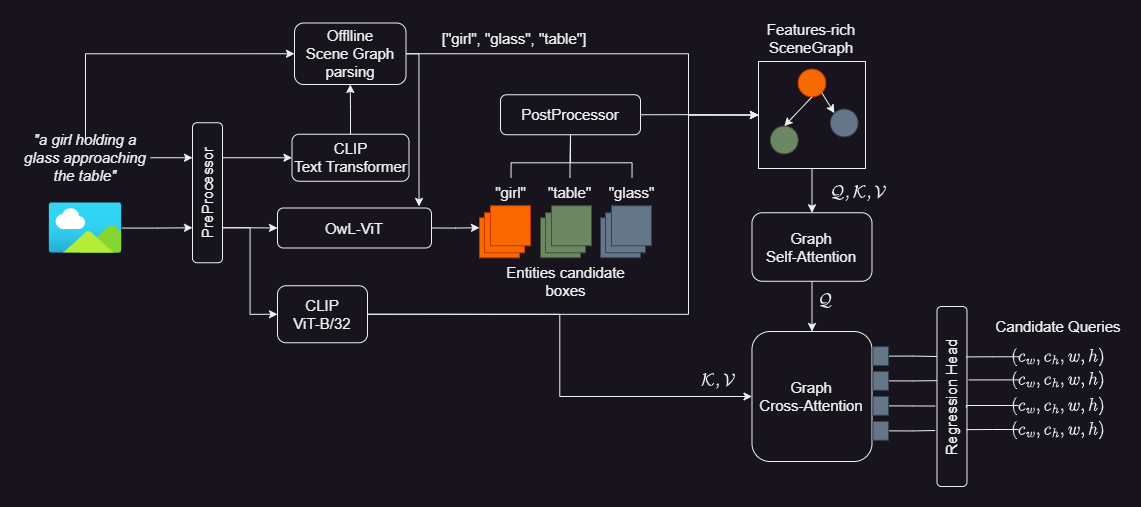
The draw.io diagram docs/img/sgg.png in halixness/visgator, before a commit. Source tidied: cells renumbered, new cells last; positions are measured from the earlier drawing's top-left corner, leaving out a move shared by most shapes.
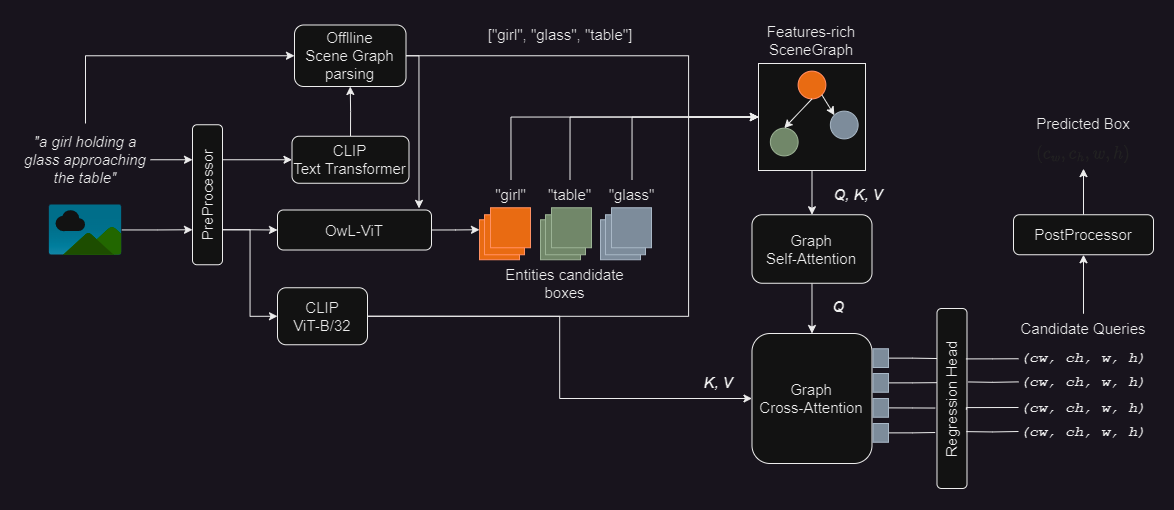
Later version of the same file.

The edit, as a diff of the source:
```diff
@@ -8,8 +8,13 @@
     <mxCell id="3" style="whiteSpace=wrap;html=1;fontSize=15;" parent="1" vertex="1">
       <mxGeometry x="738" y="38" width="107" height="107" as="geometry" />
     </mxCell>
-    <mxCell id="4" style="edgeStyle=orthogonalEdgeStyle;rounded=0;jettySize=auto;html=1;exitX=0.5;exitY=0;exitDx=0;exitDy=0;entryX=0;entryY=0.5;entryDx=0;entryDy=0;fontSize=15;" parent="1" edge="1" source="6" target="9">
-      <mxGeometry relative="1" as="geometry" />
+    <mxCell id="4" style="edgeStyle=orthogonalEdgeStyle;rounded=0;jettySize=auto;html=1;entryX=0;entryY=0.5;entryDx=0;entryDy=0;fontSize=15;" parent="1" edge="1" target="9">
+      <mxGeometry relative="1" as="geometry">
+        <mxPoint x="65" y="98" as="sourcePoint" />
+        <Array as="points">
+          <mxPoint x="65" y="30" />
+        </Array>
+      </mxGeometry>
     </mxCell>
     <mxCell id="5" style="edgeStyle=orthogonalEdgeStyle;rounded=0;jettySize=auto;html=1;exitX=1;exitY=0.5;exitDx=0;exitDy=0;entryX=0.75;entryY=0;entryDx=0;entryDy=0;fontSize=15;" parent="1" edge="1" source="6" target="36">
       <mxGeometry relative="1" as="geometry" />
@@ -48,25 +53,20 @@
       <mxGeometry x="257" y="184.5" width="154" height="40" as="geometry" />
     </mxCell>
     <mxCell id="14" value="[&quot;girl&quot;, &quot;glass&quot;, &quot;table&quot;]" style="text;html=1;strokeColor=none;fillColor=none;align=center;verticalAlign=middle;whiteSpace=wrap;rounded=0;fontSize=15;" parent="1" vertex="1">
-      <mxGeometry x="400" y="-0.5" width="188" height="30" as="geometry" />
+      <mxGeometry x="446" y="-6" width="188" height="30" as="geometry" />
     </mxCell>
     <mxCell id="15" value="Entities candidate boxes" style="text;html=1;strokeColor=none;fillColor=none;align=center;verticalAlign=middle;whiteSpace=wrap;rounded=0;fontSize=15;" parent="1" vertex="1">
       <mxGeometry x="471.5" y="242.8" width="147" height="30" as="geometry" />
     </mxCell>
-    <mxCell id="16" style="edgeStyle=orthogonalEdgeStyle;rounded=0;jettySize=auto;html=1;exitX=0.5;exitY=0;exitDx=0;exitDy=0;entryX=0.5;entryY=1;entryDx=0;entryDy=0;endArrow=none;endFill=0;fontSize=15;" parent="1" edge="1" source="17" target="30">
-      <mxGeometry relative="1" as="geometry">
-        <Array as="points">
-          <mxPoint x="612" y="139.2" />
-          <mxPoint x="550" y="139.2" />
-        </Array>
-      </mxGeometry>
-    </mxCell>
+    <mxCell id="72" style="edgeStyle=orthogonalEdgeStyle;rounded=0;jettySize=auto;html=1;exitX=0.5;exitY=0;exitDx=0;exitDy=0;entryX=0;entryY=0.5;entryDx=0;entryDy=0;" parent="1" edge="1" source="17" target="3">
+      <mxGeometry relative="1" as="geometry" />
+    </mxCell>
     <mxCell id="17" value="&quot;glass&quot;" style="text;html=1;strokeColor=none;fillColor=none;align=center;verticalAlign=middle;whiteSpace=wrap;rounded=0;fontSize=15;" parent="1" vertex="1">
       <mxGeometry x="592" y="154.2" width="39" height="30" as="geometry" />
     </mxCell>
-    <mxCell id="18" style="edgeStyle=orthogonalEdgeStyle;rounded=0;jettySize=auto;html=1;exitX=0.5;exitY=0;exitDx=0;exitDy=0;entryX=0.5;entryY=1;entryDx=0;entryDy=0;endArrow=none;endFill=0;fontSize=15;" parent="1" edge="1" source="19" target="30">
-      <mxGeometry relative="1" as="geometry" />
-    </mxCell>
+    <mxCell id="73" style="edgeStyle=orthogonalEdgeStyle;rounded=0;jettySize=auto;html=1;exitX=0.5;exitY=0;exitDx=0;exitDy=0;entryX=0;entryY=0.5;entryDx=0;entryDy=0;" parent="1" edge="1" source="19" target="3">
+      <mxGeometry relative="1" as="geometry" />
+    </mxCell>
     <mxCell id="19" value="&quot;table&quot;" style="text;html=1;strokeColor=none;fillColor=none;align=center;verticalAlign=middle;whiteSpace=wrap;rounded=0;fontSize=15;" parent="1" vertex="1">
       <mxGeometry x="530" y="154.2" width="39" height="30" as="geometry" />
     </mxCell>
@@ -97,20 +97,9 @@
     <mxCell id="28" style="whiteSpace=wrap;html=1;fillColor=#647687;fontColor=#ffffff;strokeColor=#314354;fontSize=15;" parent="1" vertex="1">
       <mxGeometry x="591" y="182.2" width="40" height="40" as="geometry" />
     </mxCell>
-    <mxCell id="29" style="edgeStyle=orthogonalEdgeStyle;rounded=0;jettySize=auto;html=1;exitX=1;exitY=0.5;exitDx=0;exitDy=0;entryX=0;entryY=0.5;entryDx=0;entryDy=0;fontSize=15;" parent="1" edge="1" source="30" target="3">
-      <mxGeometry relative="1" as="geometry" />
-    </mxCell>
-    <mxCell id="30" value="PostProcessor" style="rounded=1;whiteSpace=wrap;html=1;fontSize=15;" parent="1" vertex="1">
-      <mxGeometry x="480" y="71.2" width="140" height="40" as="geometry" />
-    </mxCell>
-    <mxCell id="31" style="edgeStyle=orthogonalEdgeStyle;rounded=0;jettySize=auto;html=1;exitX=0.5;exitY=0;exitDx=0;exitDy=0;entryX=0.5;entryY=1;entryDx=0;entryDy=0;endArrow=none;endFill=0;fontSize=15;" parent="1" edge="1" source="32" target="30">
-      <mxGeometry relative="1" as="geometry">
-        <Array as="points">
-          <mxPoint x="491" y="139.2" />
-          <mxPoint x="550" y="139.2" />
-        </Array>
-      </mxGeometry>
-    </mxCell>
+    <mxCell id="74" style="edgeStyle=orthogonalEdgeStyle;rounded=0;jettySize=auto;html=1;exitX=0.5;exitY=0;exitDx=0;exitDy=0;entryX=0;entryY=0.5;entryDx=0;entryDy=0;" parent="1" edge="1" source="32" target="3">
+      <mxGeometry relative="1" as="geometry" />
+    </mxCell>
     <mxCell id="32" value="&quot;girl&quot;" style="text;html=1;strokeColor=none;fillColor=none;align=center;verticalAlign=middle;whiteSpace=wrap;rounded=0;fontSize=15;" parent="1" vertex="1">
       <mxGeometry x="471" y="154.2" width="39" height="30" as="geometry" />
     </mxCell>
@@ -173,17 +162,20 @@
     <mxCell id="50" value="Graph &lt;br style=&quot;font-size: 15px;&quot;&gt;Cross-Attention" style="rounded=1;whiteSpace=wrap;html=1;fontSize=15;" parent="1" vertex="1">
       <mxGeometry x="731.5" y="308" width="120" height="130" as="geometry" />
     </mxCell>
-    <mxCell id="51" value="$$\mathcal{Q}$$" style="text;html=1;strokeColor=none;fillColor=none;align=center;verticalAlign=middle;whiteSpace=wrap;rounded=0;fontSize=15;" parent="1" vertex="1">
-      <mxGeometry x="785" y="262.2" width="40" height="30" as="geometry" />
+    <mxCell id="51" value="Q" style="text;html=1;strokeColor=none;fillColor=none;align=center;verticalAlign=middle;whiteSpace=wrap;rounded=0;fontSize=15;fontColor=#000000;fontStyle=3;" parent="1" vertex="1">
+      <mxGeometry x="797.6" y="266.2" width="40" height="30" as="geometry" />
     </mxCell>
-    <mxCell id="52" value="$$\mathcal{K, V}$$" style="text;html=1;strokeColor=none;fillColor=none;align=center;verticalAlign=middle;whiteSpace=wrap;rounded=0;fontSize=15;" parent="1" vertex="1">
+    <mxCell id="52" value="K, V" style="text;html=1;strokeColor=none;fillColor=none;align=center;verticalAlign=middle;whiteSpace=wrap;rounded=0;fontSize=15;fontColor=#000000;fontStyle=3;" parent="1" vertex="1">
       <mxGeometry x="658" y="342" width="80" height="30" as="geometry" />
     </mxCell>
-    <mxCell id="53" value="$$\mathcal{Q, K, V}$$" style="text;html=1;strokeColor=none;fillColor=none;align=center;verticalAlign=middle;whiteSpace=wrap;rounded=0;fontSize=15;" parent="1" vertex="1">
+    <mxCell id="53" value="Q, K, V" style="text;html=1;strokeColor=none;fillColor=none;align=center;verticalAlign=middle;whiteSpace=wrap;rounded=0;fontSize=15;fontColor=#000000;fontStyle=3;" parent="1" vertex="1">
       <mxGeometry x="797.6" y="154.2" width="80" height="30" as="geometry" />
     </mxCell>
+    <mxCell id="75" style="edgeStyle=orthogonalEdgeStyle;rounded=0;jettySize=auto;html=1;exitX=0.5;exitY=0;exitDx=0;exitDy=0;entryX=0.5;entryY=1;entryDx=0;entryDy=0;" parent="1" edge="1" source="54" target="30">
+      <mxGeometry relative="1" as="geometry" />
+    </mxCell>
     <mxCell id="54" value="Candidate&amp;nbsp;Queries" style="text;html=1;strokeColor=none;fillColor=none;align=center;verticalAlign=middle;whiteSpace=wrap;rounded=0;fontSize=15;" parent="1" vertex="1">
-      <mxGeometry x="983" y="288.2" width="110" height="30" as="geometry" />
+      <mxGeometry x="1008" y="288.2" width="110" height="30" as="geometry" />
     </mxCell>
     <mxCell id="55" style="edgeStyle=orthogonalEdgeStyle;rounded=0;jettySize=auto;html=1;exitX=1;exitY=0.5;exitDx=0;exitDy=0;entryX=0.722;entryY=0.023;entryDx=0;entryDy=0;entryPerimeter=0;endArrow=none;endFill=0;fontSize=15;" parent="1" edge="1" source="56" target="63">
       <mxGeometry relative="1" as="geometry" />
@@ -215,30 +207,47 @@
     <mxCell id="64" style="edgeStyle=orthogonalEdgeStyle;rounded=0;jettySize=auto;html=1;exitX=0;exitY=0.5;exitDx=0;exitDy=0;entryX=0.72;entryY=0.965;entryDx=0;entryDy=0;entryPerimeter=0;endArrow=none;endFill=0;fontSize=15;" parent="1" edge="1" source="65" target="63">
       <mxGeometry relative="1" as="geometry" />
     </mxCell>
-    <mxCell id="65" value="$$(c_w, c_h, w, h)$$" style="text;html=1;strokeColor=none;fillColor=none;align=center;verticalAlign=middle;whiteSpace=wrap;rounded=0;fontSize=15;" parent="1" vertex="1">
-      <mxGeometry x="998" y="318.2" width="80" height="30" as="geometry" />
+    <mxCell id="65" value="(cw, ch, w, h)" style="text;html=1;strokeColor=none;fillColor=none;align=center;verticalAlign=middle;whiteSpace=wrap;rounded=0;fontSize=15;fontColor=#000000;fontStyle=3;fontFamily=Courier New;" parent="1" vertex="1">
+      <mxGeometry x="998" y="318.2" width="130" height="30" as="geometry" />
     </mxCell>
-    <mxCell id="66" style="edgeStyle=orthogonalEdgeStyle;rounded=0;jettySize=auto;html=1;exitX=0;exitY=0.5;exitDx=0;exitDy=0;entryX=0.592;entryY=1.05;entryDx=0;entryDy=0;entryPerimeter=0;endArrow=none;endFill=0;fontSize=15;" parent="1" edge="1" source="67" target="63">
-      <mxGeometry relative="1" as="geometry" />
+    <mxCell id="66" style="edgeStyle=orthogonalEdgeStyle;rounded=0;jettySize=auto;html=1;exitX=0;exitY=0.5;exitDx=0;exitDy=0;entryX=0.592;entryY=1.05;entryDx=0;entryDy=0;entryPerimeter=0;endArrow=none;endFill=0;fontSize=15;" parent="1" edge="1" target="63">
+      <mxGeometry relative="1" as="geometry">
+        <mxPoint x="998" y="356.4" as="sourcePoint" />
+      </mxGeometry>
     </mxCell>
-    <mxCell id="67" value="$$(c_w, c_h, w, h)$$" style="text;html=1;strokeColor=none;fillColor=none;align=center;verticalAlign=middle;whiteSpace=wrap;rounded=0;fontSize=15;" parent="1" vertex="1">
-      <mxGeometry x="998" y="341.4" width="80" height="30" as="geometry" />
-    </mxCell>
-    <mxCell id="68" style="edgeStyle=orthogonalEdgeStyle;rounded=0;jettySize=auto;html=1;exitX=0;exitY=0.5;exitDx=0;exitDy=0;entryX=0.438;entryY=0.979;entryDx=0;entryDy=0;entryPerimeter=0;endArrow=none;endFill=0;fontSize=15;" parent="1" edge="1" source="69" target="63">
+    <mxCell id="68" style="edgeStyle=orthogonalEdgeStyle;rounded=0;jettySize=auto;html=1;exitX=0;exitY=0.5;exitDx=0;exitDy=0;entryX=0.438;entryY=0.979;entryDx=0;entryDy=0;entryPerimeter=0;endArrow=none;endFill=0;fontSize=15;" parent="1" edge="1" target="63">
       <mxGeometry relative="1" as="geometry">
+        <mxPoint x="998" y="382" as="sourcePoint" />
         <Array as="points">
           <mxPoint x="946" y="382" />
         </Array>
       </mxGeometry>
     </mxCell>
-    <mxCell id="69" value="$$(c_w, c_h, w, h)$$" style="text;html=1;strokeColor=none;fillColor=none;align=center;verticalAlign=middle;whiteSpace=wrap;rounded=0;fontSize=15;" parent="1" vertex="1">
-      <mxGeometry x="998" y="367" width="80" height="30" as="geometry" />
-    </mxCell>
-    <mxCell id="70" style="edgeStyle=orthogonalEdgeStyle;rounded=0;jettySize=auto;html=1;exitX=0;exitY=0.5;exitDx=0;exitDy=0;entryX=0.316;entryY=0.979;entryDx=0;entryDy=0;entryPerimeter=0;endArrow=none;endFill=0;fontSize=15;" parent="1" edge="1" source="71" target="63">
-      <mxGeometry relative="1" as="geometry" />
+    <mxCell id="70" style="edgeStyle=orthogonalEdgeStyle;rounded=0;jettySize=auto;html=1;exitX=0;exitY=0.5;exitDx=0;exitDy=0;entryX=0.316;entryY=0.979;entryDx=0;entryDy=0;entryPerimeter=0;endArrow=none;endFill=0;fontSize=15;" parent="1" edge="1" target="63">
+      <mxGeometry relative="1" as="geometry">
+        <mxPoint x="998" y="406" as="sourcePoint" />
+      </mxGeometry>
     </mxCell>
-    <mxCell id="71" value="$$(c_w, c_h, w, h)$$" style="text;html=1;strokeColor=none;fillColor=none;align=center;verticalAlign=middle;whiteSpace=wrap;rounded=0;fontSize=15;" parent="1" vertex="1">
-      <mxGeometry x="998" y="391" width="80" height="30" as="geometry" />
-    </mxCell>
+    <mxCell id="76" style="edgeStyle=orthogonalEdgeStyle;rounded=0;jettySize=auto;html=1;exitX=0.5;exitY=0;exitDx=0;exitDy=0;entryX=0.5;entryY=1;entryDx=0;entryDy=0;" parent="1" edge="1" source="30" target="77">
+      <mxGeometry relative="1" as="geometry" />
+    </mxCell>
+    <mxCell id="30" value="PostProcessor" style="rounded=1;whiteSpace=wrap;html=1;fontSize=15;" parent="1" vertex="1">
+      <mxGeometry x="993" y="189.2" width="140" height="40" as="geometry" />
+    </mxCell>
+    <mxCell id="77" value="$$(c_w, c_h, w, h)$$" style="text;html=1;strokeColor=none;fillColor=none;align=center;verticalAlign=middle;whiteSpace=wrap;rounded=0;fontSize=15;" parent="1" vertex="1">
+      <mxGeometry x="1023" y="113.1" width="80" height="30" as="geometry" />
+    </mxCell>
+    <mxCell id="78" value="Predicted Box" style="text;html=1;strokeColor=none;fillColor=none;align=center;verticalAlign=middle;whiteSpace=wrap;rounded=0;fontSize=15;" parent="1" vertex="1">
+      <mxGeometry x="1008" y="83.1" width="110" height="30" as="geometry" />
+    </mxCell>
+    <mxCell id="79" value="(cw, ch, w, h)" style="text;html=1;strokeColor=none;fillColor=none;align=center;verticalAlign=middle;whiteSpace=wrap;rounded=0;fontSize=15;fontColor=#000000;fontStyle=3;fontFamily=Courier New;" parent="1" vertex="1">
+      <mxGeometry x="998" y="342" width="130" height="30" as="geometry" />
+    </mxCell>
+    <mxCell id="80" value="(cw, ch, w, h)" style="text;html=1;strokeColor=none;fillColor=none;align=center;verticalAlign=middle;whiteSpace=wrap;rounded=0;fontSize=15;fontColor=#000000;fontStyle=3;fontFamily=Courier New;" parent="1" vertex="1">
+      <mxGeometry x="998" y="368" width="130" height="30" as="geometry" />
+    </mxCell>
+    <mxCell id="81" value="(cw, ch, w, h)" style="text;html=1;strokeColor=none;fillColor=none;align=center;verticalAlign=middle;whiteSpace=wrap;rounded=0;fontSize=15;fontColor=#000000;fontStyle=3;fontFamily=Courier New;" parent="1" vertex="1">
+      <mxGeometry x="998" y="391.8" width="130" height="30" as="geometry" />
+    </mxCell>
   </root>
 </mxGraphModel>
```
